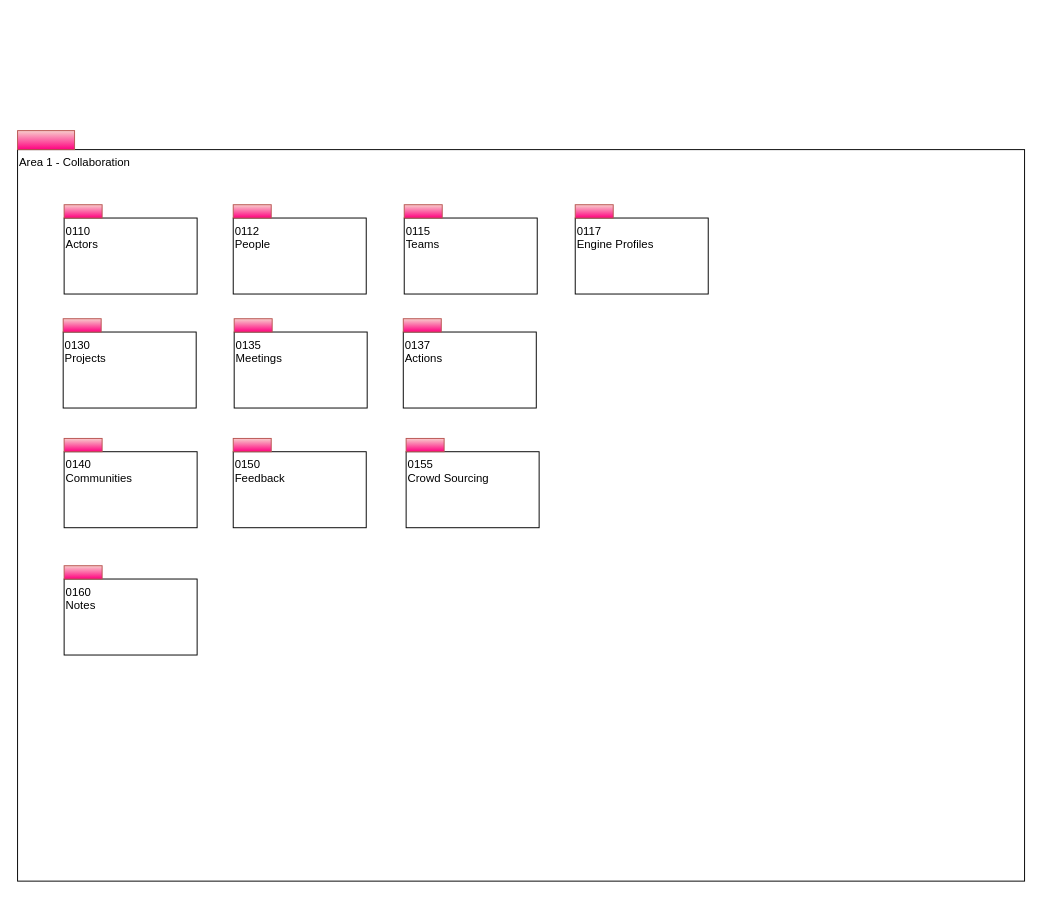
Above: page "Overview" (1 of 13) of site/docs/types/1/area-1-collaboration.drawio in odpi/egeria-docs (draw.io), before the change. Source tidied: cells renumbered, new cells numbered last; positions are measured from the earlier drawing's top-left corner, leaving out a move shared by most shapes. Both pictures are drawn from the tidied source at 95%, with x=0, y=0 at pixel (17, 130).
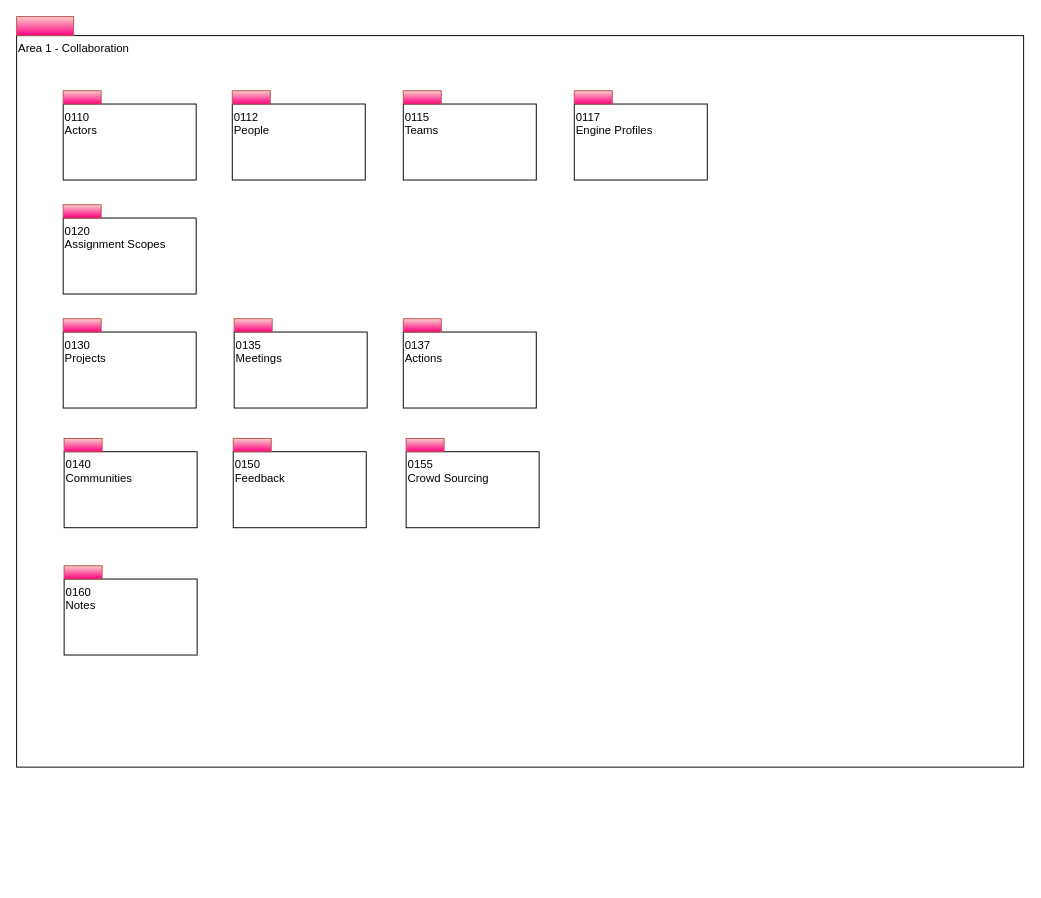
The same page after the edit.

Change to the diagram source:
```diff
@@
     <mxCell id="2" value="Area 1 - Collaboration" style="rounded=0;whiteSpace=wrap;html=1;align=left;verticalAlign=top;" parent="1" vertex="1">
-      <mxGeometry y="20" width="1060" height="770" as="geometry" />
+      <mxGeometry x="-1" y="-100" width="1060" height="770" as="geometry" />
     </mxCell>
     <mxCell id="3" style="html=1;strokeColor=#b85450;align=center;fillColor=#f8cecc;gradientColor=#FF0080;" parent="1" vertex="1">
-      <mxGeometry width="60" height="20" as="geometry" />
+      <mxGeometry x="-1" y="-120" width="60" height="20" as="geometry" />
     </mxCell>
@@
     <mxCell id="14" value="0110&lt;br&gt;Actors&lt;br&gt;" style="rounded=0;whiteSpace=wrap;html=1;align=left;verticalAlign=top;" parent="1" vertex="1">
-      <mxGeometry x="49" y="92" width="140" height="80" as="geometry" />
+      <mxGeometry x="48" y="-28" width="140" height="80" as="geometry" />
     </mxCell>
     <mxCell id="15" style="html=1;strokeColor=#b85450;align=center;fillColor=#f8cecc;gradientColor=#FF0080;" parent="1" vertex="1">
-      <mxGeometry x="49" y="78" width="40" height="14" as="geometry" />
+      <mxGeometry x="48" y="-42" width="40" height="14" as="geometry" />
     </mxCell>
     <mxCell id="16" value="0112&lt;br&gt;People&lt;br&gt;" style="rounded=0;whiteSpace=wrap;html=1;align=left;verticalAlign=top;" parent="1" vertex="1">
-      <mxGeometry x="227" y="92" width="140" height="80" as="geometry" />
+      <mxGeometry x="226" y="-28" width="140" height="80" as="geometry" />
     </mxCell>
     <mxCell id="17" style="html=1;strokeColor=#b85450;align=center;fillColor=#f8cecc;gradientColor=#FF0080;" parent="1" vertex="1">
-      <mxGeometry x="227" y="78" width="40" height="14" as="geometry" />
+      <mxGeometry x="226" y="-42" width="40" height="14" as="geometry" />
     </mxCell>
     <mxCell id="18" value="0115&lt;br&gt;Teams&lt;br&gt;" style="rounded=0;whiteSpace=wrap;html=1;align=left;verticalAlign=top;" parent="1" vertex="1">
-      <mxGeometry x="407" y="92" width="140" height="80" as="geometry" />
+      <mxGeometry x="406" y="-28" width="140" height="80" as="geometry" />
     </mxCell>
     <mxCell id="19" style="html=1;strokeColor=#b85450;align=center;fillColor=#f8cecc;gradientColor=#FF0080;" parent="1" vertex="1">
-      <mxGeometry x="407" y="78" width="40" height="14" as="geometry" />
+      <mxGeometry x="406" y="-42" width="40" height="14" as="geometry" />
     </mxCell>
@@
     <mxCell id="24" value="0117&lt;br&gt;Engine Profiles&lt;br&gt;" style="rounded=0;whiteSpace=wrap;html=1;align=left;verticalAlign=top;" parent="1" vertex="1">
-      <mxGeometry x="587" y="92" width="140" height="80" as="geometry" />
+      <mxGeometry x="586" y="-28" width="140" height="80" as="geometry" />
     </mxCell>
     <mxCell id="25" style="html=1;strokeColor=#b85450;align=center;fillColor=#f8cecc;gradientColor=#FF0080;" parent="1" vertex="1">
-      <mxGeometry x="587" y="78" width="40" height="14" as="geometry" />
+      <mxGeometry x="586" y="-42" width="40" height="14" as="geometry" />
     </mxCell>
+    <mxCell id="26" value="0120&lt;br&gt;Assignment Scopes" style="rounded=0;whiteSpace=wrap;html=1;align=left;verticalAlign=top;" parent="1" vertex="1">
+      <mxGeometry x="48" y="92" width="140" height="80" as="geometry" />
+    </mxCell>
+    <mxCell id="27" style="html=1;strokeColor=#b85450;align=center;fillColor=#f8cecc;gradientColor=#FF0080;" parent="1" vertex="1">
+      <mxGeometry x="48" y="78" width="40" height="14" as="geometry" />
+    </mxCell>
```
